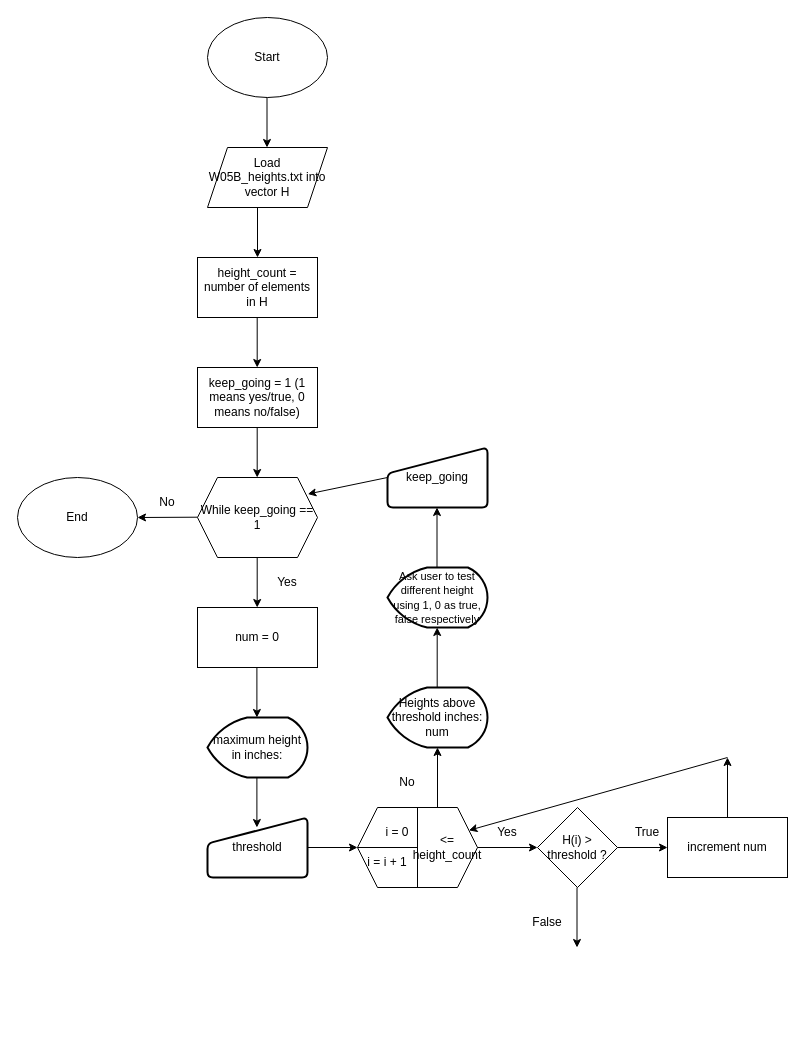
This is app05_3.drawio from uthw/feh, a draw.io file, before an edit. Source tidied: cells renumbered, new cells numbered last; positions are measured from the earlier drawing's top-left corner, leaving out a move shared by most shapes. Both pictures are drawn from the tidied source at 100%, with x=0, y=0 at pixel (17, 17).
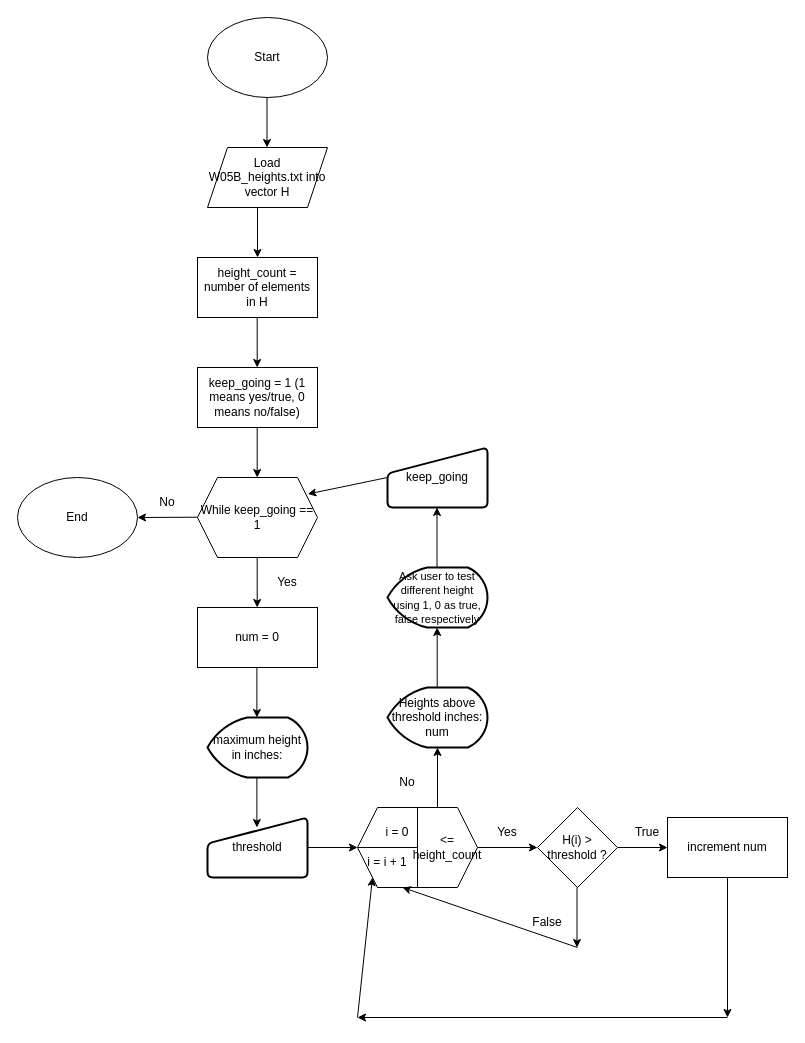
The same page after the edit.

The change refers to these unchanged cells:
```xml
<mxCell id="20" style="shape=hexagon;perimeter=hexagonPerimeter2;whiteSpace=wrap;html=1;fixedSize=1;" parent="1" vertex="1">
  <mxGeometry x="340" y="790" width="120" height="80" as="geometry" />
</mxCell>
<mxCell id="25" value="i = i + 1" style="text;html=1;align=center;verticalAlign=middle;whiteSpace=wrap;rounded=0;" parent="1" vertex="1">
  <mxGeometry x="340" y="830" width="60" height="30" as="geometry" />
</mxCell>
<mxCell id="36" value="increment num" style="rounded=0;whiteSpace=wrap;html=1;" parent="1" vertex="1">
  <mxGeometry x="650" y="800" width="120" height="60" as="geometry" />
</mxCell>
```

Change to the diagram source:
```diff
@@
-    <mxCell id="43" style="endArrow=classic;html=1;rounded=0;" parent="1" edge="1">
+    <mxCell id="43" style="endArrow=classic;html=1;rounded=0;exitX=0.5;exitY=1;exitDx=0;exitDy=0;" parent="1" edge="1" source="36">
       <mxGeometry relative="1" as="geometry">
-        <mxPoint x="710" y="800" as="sourcePoint" />
-        <mxPoint x="710" y="740" as="targetPoint" />
+        <mxPoint x="710" y="1000" as="targetPoint" />
       </mxGeometry>
     </mxCell>
-    <mxCell id="44" style="endArrow=classic;html=1;rounded=0;entryX=1;entryY=0.25;entryDx=0;entryDy=0;" parent="1" edge="1" target="20">
-      <mxGeometry relative="1" as="geometry">
-        <mxPoint x="710" y="740" as="sourcePoint" />
-      </mxGeometry>
-    </mxCell>
@@
+    <mxCell id="46" style="endArrow=classic;html=1;rounded=0;entryX=0.375;entryY=1;entryDx=0;entryDy=0;" parent="1" edge="1" target="20">
+      <mxGeometry relative="1" as="geometry">
+        <mxPoint x="560" y="930" as="sourcePoint" />
+      </mxGeometry>
+    </mxCell>
+    <mxCell id="47" style="endArrow=classic;html=1;rounded=0;" parent="1" edge="1">
+      <mxGeometry relative="1" as="geometry">
+        <mxPoint x="710" y="1000" as="sourcePoint" />
+        <mxPoint x="340" y="1000" as="targetPoint" />
+      </mxGeometry>
+    </mxCell>
+    <mxCell id="48" style="endArrow=classic;html=1;rounded=0;entryX=0.25;entryY=1;entryDx=0;entryDy=0;" parent="1" edge="1" target="25">
+      <mxGeometry relative="1" as="geometry">
+        <mxPoint x="340" y="1000" as="sourcePoint" />
+      </mxGeometry>
+    </mxCell>
```
